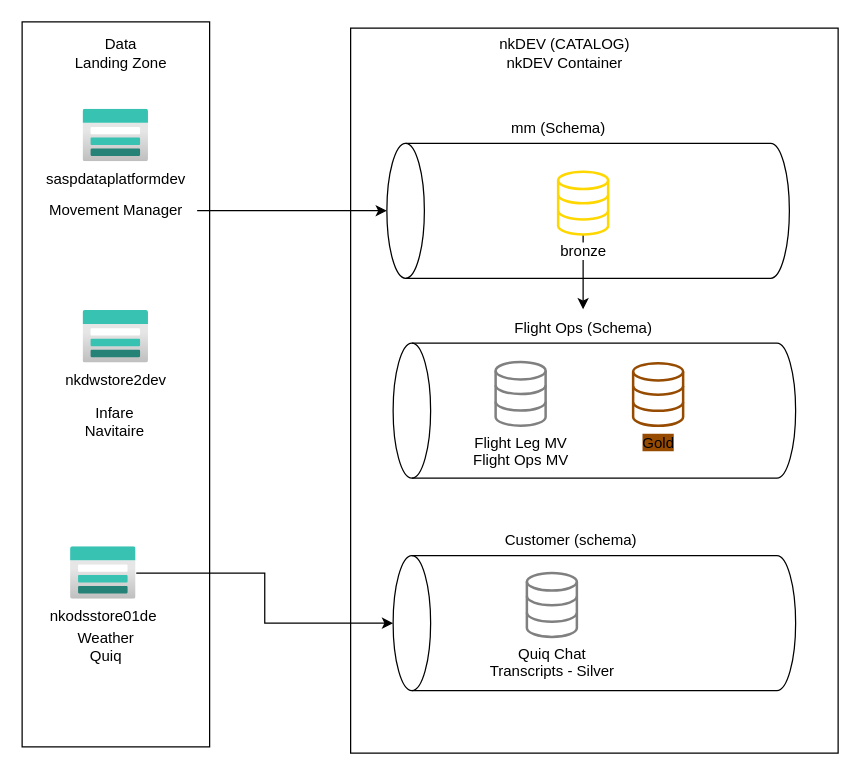
Earlier version of the draw.io diagram UnityCatalog.drawio (nkuppili/nkuppili). Source tidied: cells renumbered, new cells numbered last; positions are measured from the earlier drawing's top-left corner, leaving out a move shared by most shapes. Both pictures are drawn from the tidied source at 125%, with x=0, y=0 at pixel (21, 9).
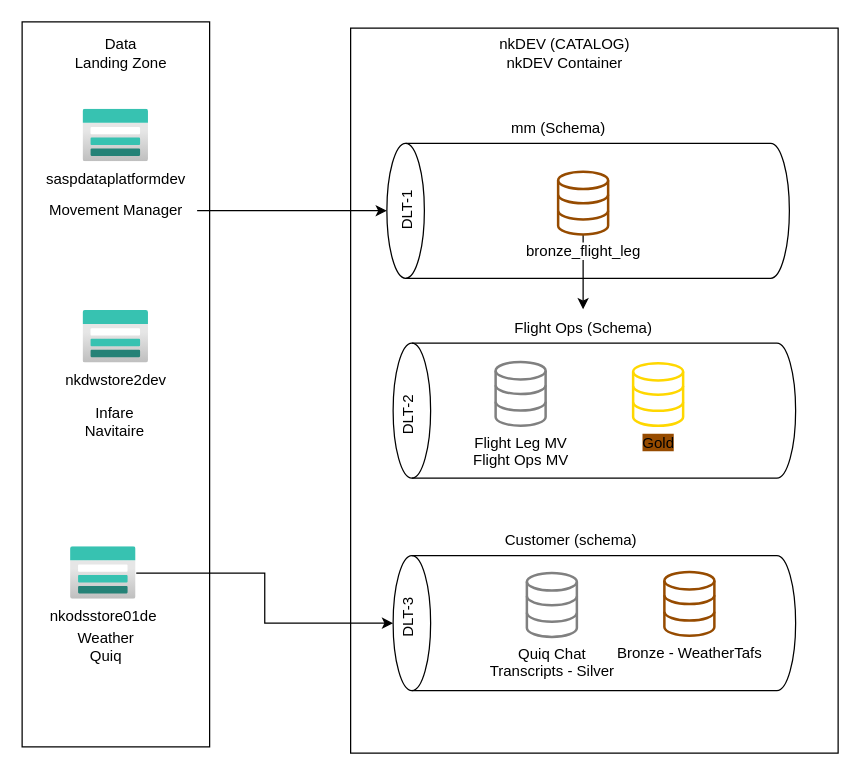
The same diagram, later.

What changed in the source:
```diff
@@
-    <mxCell id="6" value="bronze" style="html=1;verticalLabelPosition=bottom;align=center;labelBackgroundColor=#ffffff;verticalAlign=top;strokeWidth=2;strokeColor=#FFD700;shadow=0;dashed=0;shape=mxgraph.ios7.icons.data;" parent="1" vertex="1">
+    <mxCell id="6" value="bronze_flight_leg" style="html=1;verticalLabelPosition=bottom;align=center;labelBackgroundColor=#ffffff;verticalAlign=top;strokeWidth=2;strokeColor=#964B00;shadow=0;dashed=0;shape=mxgraph.ios7.icons.data;" parent="1" vertex="1">
       <mxGeometry x="429" y="129.9" width="40" height="50.1" as="geometry" />
     </mxCell>
@@
-    <mxCell id="15" value="Gold" style="html=1;verticalLabelPosition=bottom;align=center;labelBackgroundColor=#964B00;verticalAlign=top;strokeWidth=2;strokeColor=#964B00;shadow=0;dashed=0;shape=mxgraph.ios7.icons.data;" parent="1" vertex="1">
+    <mxCell id="15" value="Gold" style="html=1;verticalLabelPosition=bottom;align=center;labelBackgroundColor=#964B00;verticalAlign=top;strokeWidth=2;strokeColor=#FFD700;shadow=0;dashed=0;shape=mxgraph.ios7.icons.data;" parent="1" vertex="1">
       <mxGeometry x="489" y="283" width="40" height="50.1" as="geometry" />
     </mxCell>
@@
+    <mxCell id="25" value="Bronze - WeatherTafs" style="html=1;verticalLabelPosition=bottom;align=center;labelBackgroundColor=#ffffff;verticalAlign=top;strokeWidth=2;strokeColor=#964B00;shadow=0;dashed=0;shape=mxgraph.ios7.icons.data;" parent="1" vertex="1">
+      <mxGeometry x="514" y="450" width="40" height="51.1" as="geometry" />
+    </mxCell>
+    <mxCell id="26" value="DLT-1" style="text;html=1;align=center;verticalAlign=middle;strokeColor=none;fillColor=none;rotation=-90;" parent="1" vertex="1">
+      <mxGeometry x="279" y="146.1" width="60" height="30" as="geometry" />
+    </mxCell>
+    <mxCell id="27" value="DLT-2" style="text;html=1;align=center;verticalAlign=middle;strokeColor=none;fillColor=none;rotation=-90;" parent="1" vertex="1">
+      <mxGeometry x="279" y="310" width="60" height="30" as="geometry" />
+    </mxCell>
+    <mxCell id="28" value="DLT-3" style="text;html=1;align=center;verticalAlign=middle;strokeColor=none;fillColor=none;rotation=-90;" parent="1" vertex="1">
+      <mxGeometry x="279" y="472" width="60" height="30" as="geometry" />
+    </mxCell>
```
